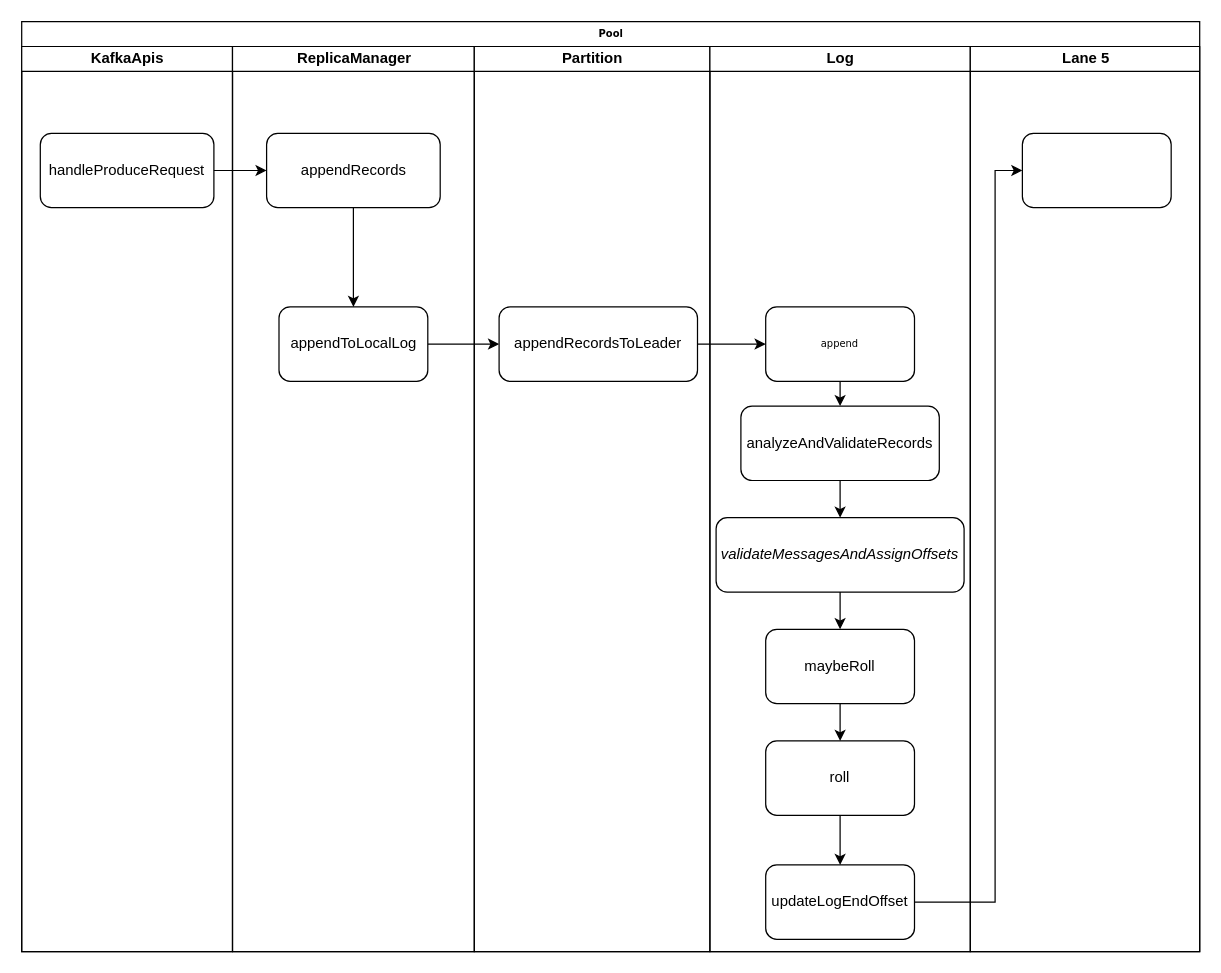
Above: page "Produce 请求处理" (7 of 8) of kafka_controller.drawio in chuyuqiao/gogogo (draw.io), before the change. Source tidied: cells renumbered, new cells numbered last; positions are measured from the earlier drawing's top-left corner, leaving out a move shared by most shapes. Both pictures are drawn from the tidied source at 124%, with x=0, y=0 at pixel (21, 21).
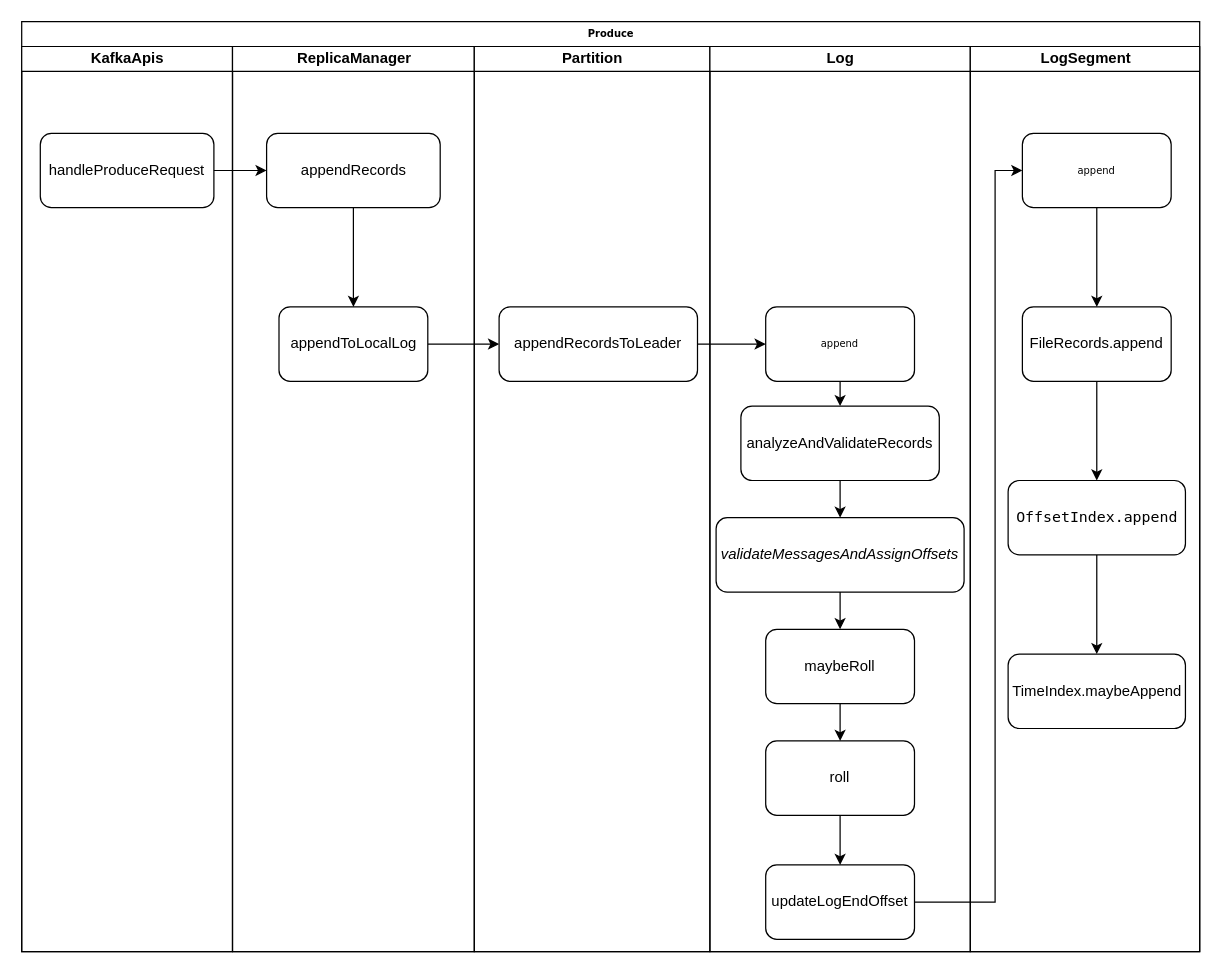
The same page after the edit.

The edit, as a diff of the source:
```diff
@@
-    <mxCell id="2" value="Pool" style="swimlane;html=1;startSize=20;rounded=0;shadow=0;labelBackgroundColor=none;strokeWidth=1;fontFamily=Verdana;fontSize=8;align=center;" parent="1" vertex="1">
+    <mxCell id="2" value="Produce" style="swimlane;html=1;startSize=20;rounded=0;shadow=0;labelBackgroundColor=none;strokeWidth=1;fontFamily=Verdana;fontSize=8;align=center;" parent="1" vertex="1">
       <mxGeometry width="950" height="750" as="geometry" />
     </mxCell>
@@
-    <mxCell id="28" value="Lane 5" style="swimlane;html=1;startSize=20;" parent="2" vertex="1">
+    <mxCell id="28" value="&lt;pre style=&quot;background-color: rgb(255 , 255 , 255)&quot;&gt;&lt;font face=&quot;Helvetica&quot; style=&quot;font-size: 12px&quot;&gt;LogSegment&lt;/font&gt;&lt;/pre&gt;" style="swimlane;html=1;startSize=20;" parent="2" vertex="1">
       <mxGeometry x="765" y="20" width="185" height="730" as="geometry" />
     </mxCell>
@@
-    <mxCell id="31" style="whiteSpace=wrap;html=1;rounded=1;shadow=0;fontFamily=Verdana;fontSize=8;strokeWidth=1;" parent="28" vertex="1">
+    <mxCell id="31" value="append" style="whiteSpace=wrap;html=1;rounded=1;shadow=0;fontFamily=Verdana;fontSize=8;strokeWidth=1;" parent="28" vertex="1">
       <mxGeometry x="42" y="70" width="120" height="60" as="geometry" />
     </mxCell>
+    <mxCell id="38" value="&lt;pre style=&quot;background-color: rgb(255 , 255 , 255) ; font-family: &amp;#34;menlo&amp;#34;&quot;&gt;&lt;font style=&quot;font-size: 12px&quot;&gt;OffsetIndex.append&lt;/font&gt;&lt;/pre&gt;" style="whiteSpace=wrap;html=1;rounded=1;shadow=0;fontFamily=Verdana;fontSize=8;strokeWidth=1;" parent="28" vertex="1">
+      <mxGeometry x="30.5" y="350" width="143" height="60" as="geometry" />
+    </mxCell>
+    <mxCell id="39" value="&lt;pre style=&quot;background-color: rgb(255 , 255 , 255)&quot;&gt;&lt;font face=&quot;Helvetica&quot; style=&quot;font-size: 12px&quot;&gt;TimeIndex.maybeAppend&lt;/font&gt;&lt;/pre&gt;" style="whiteSpace=wrap;html=1;rounded=1;shadow=0;fontFamily=Verdana;fontSize=8;strokeWidth=1;" parent="28" vertex="1">
+      <mxGeometry x="30.5" y="490" width="143" height="60" as="geometry" />
+    </mxCell>
+    <mxCell id="40" style="edgeStyle=orthogonalEdgeStyle;rounded=0;jettySize=auto;html=1;" parent="28" edge="1" source="38" target="39">
+      <mxGeometry relative="1" as="geometry" />
+    </mxCell>
@@
+    <mxCell id="41" style="edgeStyle=orthogonalEdgeStyle;rounded=0;jettySize=auto;html=1;" parent="1" edge="1" source="42" target="38">
+      <mxGeometry relative="1" as="geometry" />
+    </mxCell>
+    <mxCell id="42" value="&lt;pre style=&quot;background-color: rgb(255 , 255 , 255)&quot;&gt;&lt;font face=&quot;Helvetica&quot; style=&quot;font-size: 12px&quot;&gt;FileRecords.append&lt;/font&gt;&lt;/pre&gt;" style="whiteSpace=wrap;html=1;rounded=1;shadow=0;fontFamily=Verdana;fontSize=8;strokeWidth=1;" parent="1" vertex="1">
+      <mxGeometry x="807" y="230" width="120" height="60" as="geometry" />
+    </mxCell>
+    <mxCell id="43" style="edgeStyle=orthogonalEdgeStyle;rounded=0;jettySize=auto;html=1;" parent="1" edge="1" source="31" target="42">
+      <mxGeometry relative="1" as="geometry" />
+    </mxCell>
```
